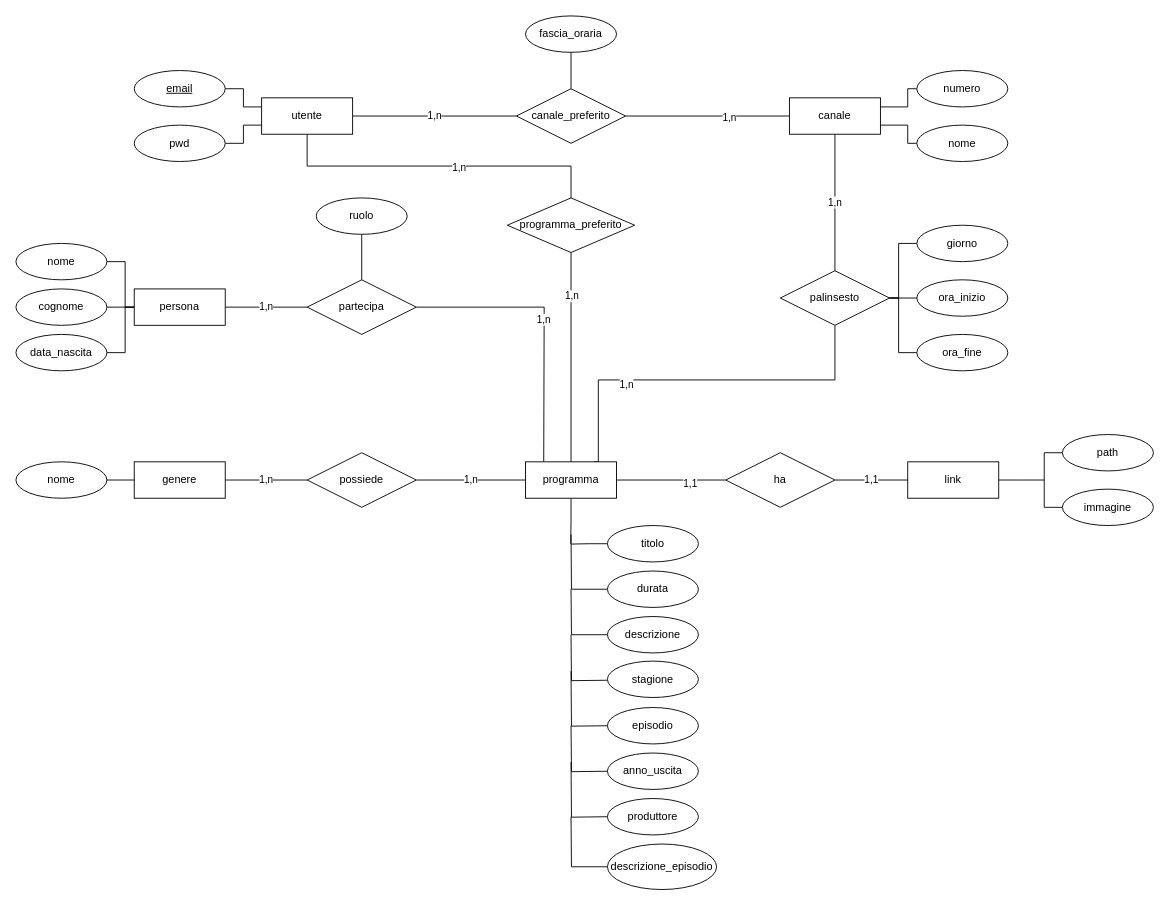
Before: page "Ristr" (2 of 2) of Doc/Er_Definitivo.drawio in Caprielos/Lbd, a draw.io diagram. Source tidied: cells renumbered, new cells numbered last; positions are measured from the earlier drawing's top-left corner, leaving out a move shared by most shapes. Both pictures are drawn from the tidied source at 91%, with x=0, y=0 at pixel (15, 15).
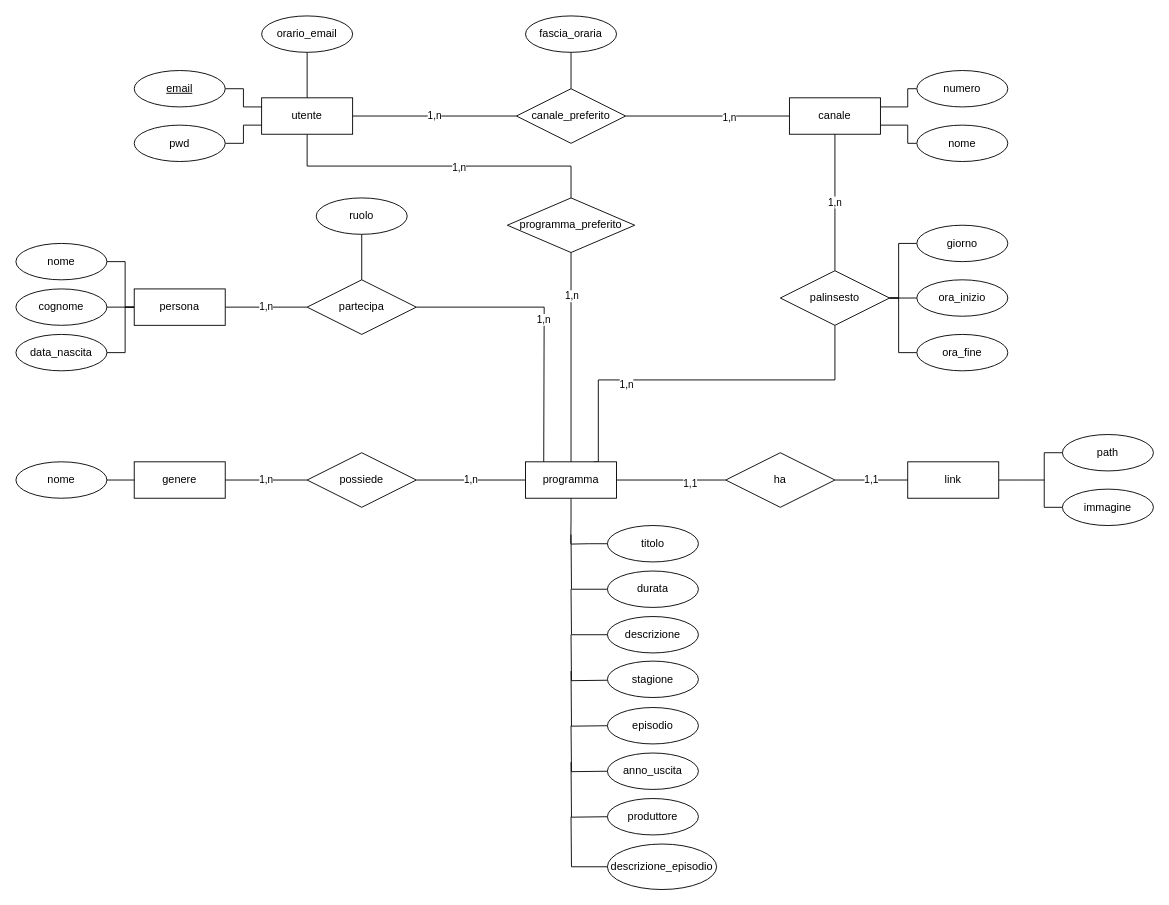
Above is the later version.

What changed in the source:
```diff
@@
+    <mxCell id="78" style="edgeStyle=orthogonalEdgeStyle;rounded=0;jettySize=auto;html=1;endArrow=none;endFill=0;" parent="1" edge="1" source="79">
+      <mxGeometry relative="1" as="geometry">
+        <mxPoint x="320" y="90" as="targetPoint" />
+      </mxGeometry>
+    </mxCell>
+    <mxCell id="79" value="orario_email" style="ellipse;whiteSpace=wrap;html=1;align=center;" parent="1" vertex="1">
+      <mxGeometry x="270" width="100" height="40" as="geometry" />
+    </mxCell>
```
